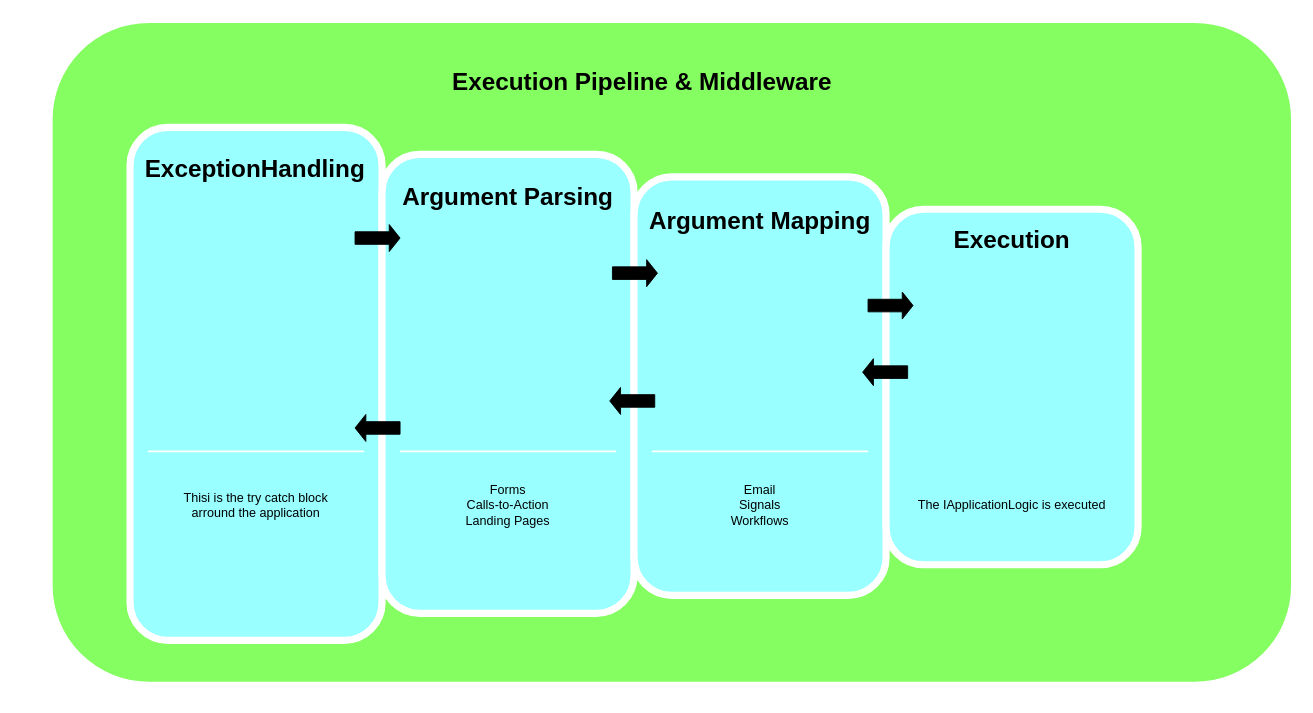
Earlier version of the draw.io diagram src/doc/Unbenanntes Diagramm.drawio (bramerdaniel/ConsoLovers). Source tidied: cells renumbered, new cells numbered last; positions are measured from the earlier drawing's top-left corner, leaving out a move shared by most shapes. Both pictures are drawn from the tidied source at 90%, with x=0, y=0 at pixel (49, 19).
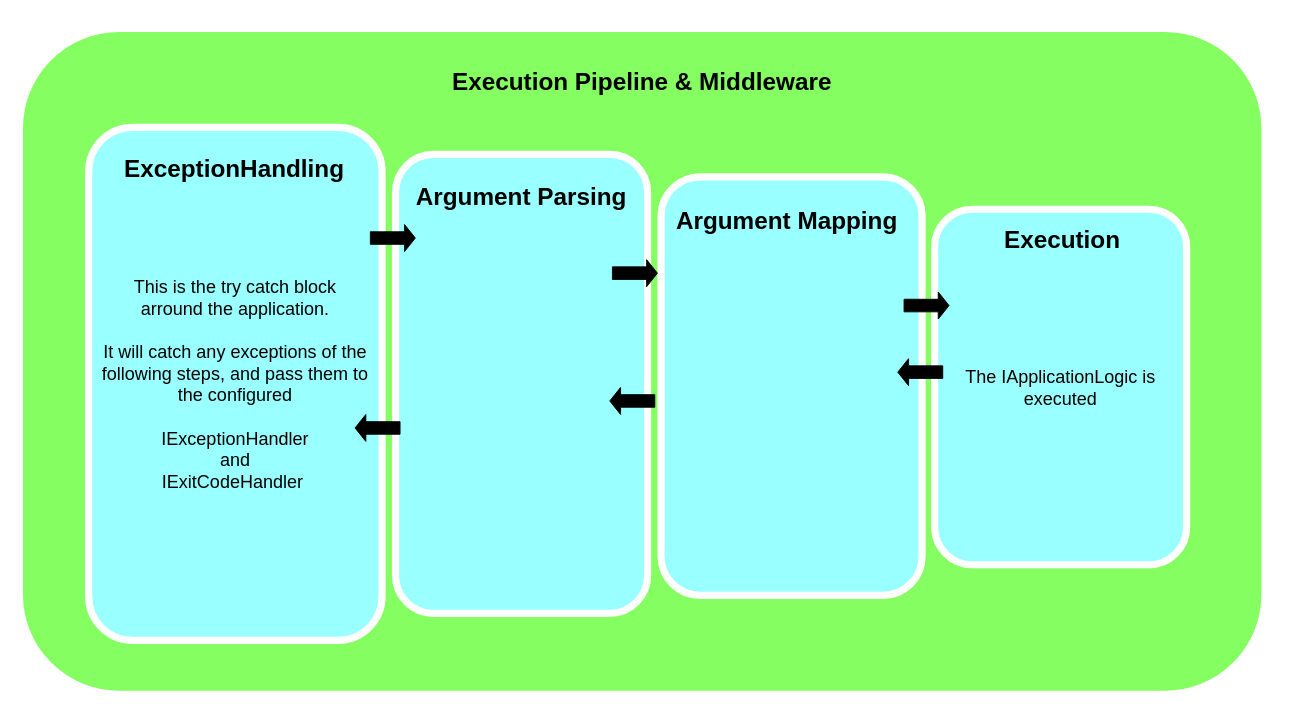
Above is the later version.

Diff of the diagram source:
```diff
@@
     <mxCell id="2" style="whiteSpace=wrap;html=1;rounded=1;shadow=0;strokeWidth=8;fontSize=20;align=center;fillColor=#85FE61;strokeColor=#FFFFFF;" parent="1" vertex="1">
-      <mxGeometry width="1384" height="740" as="geometry" />
+      <mxGeometry x="-33" y="10" width="1384" height="740" as="geometry" />
     </mxCell>
-    <mxCell id="3" style="whiteSpace=wrap;html=1;rounded=1;shadow=0;strokeWidth=8;fontSize=20;align=center;fillColor=#99FFFF;strokeColor=#FFFFFF;" parent="1" vertex="1">
-      <mxGeometry x="90" y="120" width="280" height="570" as="geometry" />
+    <mxCell id="3" value="This is the try catch block&lt;br&gt;arround the application.&lt;br&gt;&lt;br&gt;It will catch any exceptions of the following steps, and pass them to the configured&lt;br&gt;&lt;br&gt;IExceptionHandler&lt;br&gt;and&lt;br&gt;IExitCodeHandler&amp;nbsp;" style="whiteSpace=wrap;html=1;rounded=1;shadow=0;strokeWidth=8;fontSize=20;align=center;fillColor=#99FFFF;strokeColor=#FFFFFF;" parent="1" vertex="1">
+      <mxGeometry x="44" y="120" width="326" height="570" as="geometry" />
     </mxCell>
     <mxCell id="4" value="ExceptionHandling" style="text;html=1;strokeColor=none;fillColor=none;align=center;verticalAlign=middle;whiteSpace=wrap;rounded=0;shadow=0;fontSize=27;fontColor=#000000;fontStyle=1;" parent="1" vertex="1">
-      <mxGeometry x="89" y="137" width="280" height="60" as="geometry" />
+      <mxGeometry x="66" y="137" width="280" height="60" as="geometry" />
     </mxCell>
-    <mxCell id="5" value="Thisi is the try catch block &lt;br&gt;arround the application&lt;br&gt;" style="text;html=1;strokeColor=none;fillColor=none;align=center;verticalAlign=middle;whiteSpace=wrap;rounded=0;shadow=0;fontSize=14;fontColor=#000000;" parent="1" vertex="1">
-      <mxGeometry x="90" y="495" width="280" height="90" as="geometry" />
-    </mxCell>
-    <mxCell id="6" style="line;strokeWidth=2;html=1;rounded=0;shadow=0;fontSize=27;align=center;fillColor=none;strokeColor=#FFFFFF;" parent="1" vertex="1">
-      <mxGeometry x="110" y="475" width="240" height="10" as="geometry" />
-    </mxCell>
     <mxCell id="7" style="whiteSpace=wrap;html=1;rounded=1;shadow=0;strokeWidth=8;fontSize=20;align=center;fillColor=#99FFFF;strokeColor=#FFFFFF;" parent="1" vertex="1">
-      <mxGeometry x="370" y="150" width="280" height="510" as="geometry" />
+      <mxGeometry x="385" y="150" width="280" height="510" as="geometry" />
     </mxCell>
     <mxCell id="8" value="Argument Parsing" style="text;html=1;strokeColor=none;fillColor=none;align=center;verticalAlign=middle;whiteSpace=wrap;rounded=0;shadow=0;fontSize=27;fontColor=#000000;fontStyle=1;" parent="1" vertex="1">
-      <mxGeometry x="370" y="168" width="280" height="60" as="geometry" />
+      <mxGeometry x="385" y="168" width="280" height="60" as="geometry" />
     </mxCell>
-    <mxCell id="9" value="Forms&lt;div&gt;Calls-to-Action&lt;/div&gt;&lt;div&gt;Landing Pages&lt;/div&gt;" style="text;html=1;strokeColor=none;fillColor=none;align=center;verticalAlign=middle;whiteSpace=wrap;rounded=0;shadow=0;fontSize=14;fontColor=#000000;" parent="1" vertex="1">
-      <mxGeometry x="370" y="495" width="280" height="90" as="geometry" />
-    </mxCell>
-    <mxCell id="10" style="line;strokeWidth=2;html=1;rounded=0;shadow=0;fontSize=27;align=center;fillColor=none;strokeColor=#FFFFFF;" parent="1" vertex="1">
-      <mxGeometry x="390" y="475" width="240" height="10" as="geometry" />
-    </mxCell>
     <mxCell id="11" style="whiteSpace=wrap;html=1;rounded=1;shadow=0;strokeWidth=8;fontSize=20;align=center;fillColor=#99FFFF;strokeColor=#FFFFFF;" parent="1" vertex="1">
-      <mxGeometry x="650" y="175" width="280" height="465" as="geometry" />
+      <mxGeometry x="680" y="175" width="290" height="465" as="geometry" />
     </mxCell>
     <mxCell id="12" value="Argument Mapping" style="text;html=1;strokeColor=none;fillColor=none;align=center;verticalAlign=middle;whiteSpace=wrap;rounded=0;shadow=0;fontSize=27;fontColor=#000000;fontStyle=1;" parent="1" vertex="1">
-      <mxGeometry x="650" y="195" width="280" height="60" as="geometry" />
+      <mxGeometry x="680" y="194" width="280" height="60" as="geometry" />
     </mxCell>
-    <mxCell id="13" value="Email&lt;div&gt;Signals&lt;/div&gt;&lt;div&gt;Workflows&lt;/div&gt;" style="text;html=1;strokeColor=none;fillColor=none;align=center;verticalAlign=middle;whiteSpace=wrap;rounded=0;shadow=0;fontSize=14;fontColor=#000000;" parent="1" vertex="1">
-      <mxGeometry x="650" y="495" width="280" height="90" as="geometry" />
-    </mxCell>
-    <mxCell id="14" style="line;strokeWidth=2;html=1;rounded=0;shadow=0;fontSize=27;align=center;fillColor=none;strokeColor=#FFFFFF;" parent="1" vertex="1">
-      <mxGeometry x="670" y="475" width="240" height="10" as="geometry" />
-    </mxCell>
-    <mxCell id="15" style="whiteSpace=wrap;html=1;rounded=1;shadow=0;strokeWidth=8;fontSize=20;align=center;fillColor=#99FFFF;strokeColor=#FFFFFF;" parent="1" vertex="1">
-      <mxGeometry x="930" y="211" width="280" height="395" as="geometry" />
+    <mxCell id="15" value="The IApplicationLogic is executed" style="whiteSpace=wrap;html=1;rounded=1;shadow=0;strokeWidth=8;fontSize=20;align=center;fillColor=#99FFFF;strokeColor=#FFFFFF;" parent="1" vertex="1">
+      <mxGeometry x="984" y="211" width="280" height="395" as="geometry" />
     </mxCell>
     <mxCell id="16" value="Execution" style="text;html=1;strokeColor=none;fillColor=none;align=center;verticalAlign=middle;whiteSpace=wrap;rounded=0;shadow=0;fontSize=27;fontColor=#000000;fontStyle=1;" parent="1" vertex="1">
-      <mxGeometry x="930" y="216" width="280" height="60" as="geometry" />
+      <mxGeometry x="986" y="216" width="280" height="60" as="geometry" />
     </mxCell>
-    <mxCell id="17" value="The IApplicationLogic is executed" style="text;html=1;strokeColor=none;fillColor=none;align=center;verticalAlign=middle;whiteSpace=wrap;rounded=0;shadow=0;fontSize=14;fontColor=#000000;" parent="1" vertex="1">
-      <mxGeometry x="930" y="495" width="280" height="90" as="geometry" />
-    </mxCell>
@@
     <mxCell id="19" style="shape=singleArrow;whiteSpace=wrap;html=1;rounded=0;shadow=0;fontFamily=Helvetica;fontSize=27;fontColor=#000000;fillColor=#000000;gradientColor=none;arrowWidth=0.4666666666666667;arrowSize=0.24;" parent="1" vertex="1">
-      <mxGeometry x="340" y="228" width="50" height="30" as="geometry" />
+      <mxGeometry x="357" y="228" width="50" height="30" as="geometry" />
     </mxCell>
@@
     <mxCell id="21" style="shape=singleArrow;whiteSpace=wrap;html=1;rounded=0;shadow=0;fontFamily=Helvetica;fontSize=27;fontColor=#000000;fillColor=#000000;gradientColor=none;arrowWidth=0.4666666666666667;arrowSize=0.24;" parent="1" vertex="1">
-      <mxGeometry x="910" y="303" width="50" height="30" as="geometry" />
+      <mxGeometry x="950" y="303" width="50" height="30" as="geometry" />
     </mxCell>
     <mxCell id="22" style="shape=singleArrow;whiteSpace=wrap;html=1;rounded=0;shadow=0;fontFamily=Helvetica;fontSize=27;fontColor=#000000;fillColor=#000000;gradientColor=none;arrowWidth=0.4666666666666667;arrowSize=0.24;rotation=-180;" parent="1" vertex="1">
-      <mxGeometry x="904" y="377" width="50" height="30" as="geometry" />
+      <mxGeometry x="943" y="377" width="50" height="30" as="geometry" />
     </mxCell>
```
